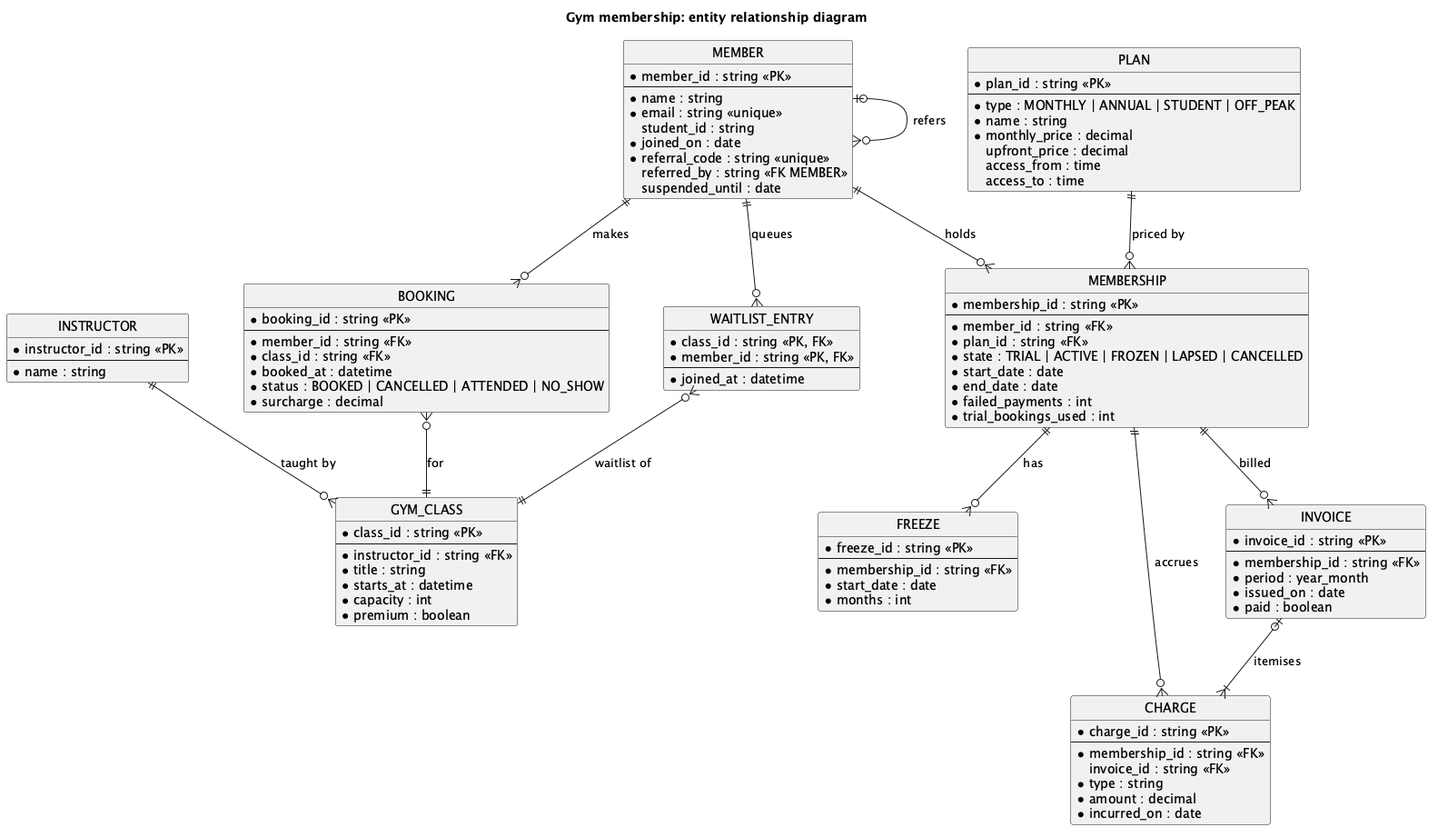
Before: docs/analysis/er-diagram.png, a diagram exported from PlantUML (CS6451-Advanced-Software-Design/Gym-Membership).
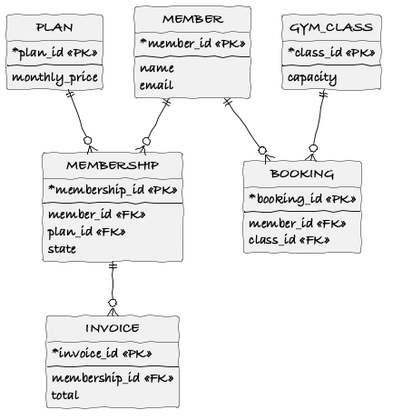
After the commit.

The edit, as a diff of the source:
```diff
@@ -1,114 +1,45 @@
 @startuml er-diagram
-title Gym membership: entity relationship diagram
-hide circle
-skinparam nodesep 60
-skinparam ranksep 60
+!include ../style.iuml
 
 entity MEMBER {
-  * member_id : string <<PK>>
+  * member_id <<PK>>
   --
-  * name : string
-  * email : string <<unique>>
-  student_id : string
-  * joined_on : date
-  * referral_code : string <<unique>>
-  referred_by : string <<FK MEMBER>>
-  suspended_until : date
+  name
+  email
+}
+entity PLAN {
+  * plan_id <<PK>>
+  --
+  monthly_price
+}
+entity MEMBERSHIP {
+  * membership_id <<PK>>
+  --
+  member_id <<FK>>
+  plan_id <<FK>>
+  state
+}
+entity GYM_CLASS {
+  * class_id <<PK>>
+  --
+  capacity
+}
+entity BOOKING {
+  * booking_id <<PK>>
+  --
+  member_id <<FK>>
+  class_id <<FK>>
+}
+entity INVOICE {
+  * invoice_id <<PK>>
+  --
+  membership_id <<FK>>
+  total
 }
 
-entity PLAN {
-  * plan_id : string <<PK>>
-  --
-  * type : MONTHLY | ANNUAL | STUDENT | OFF_PEAK
-  * name : string
-  * monthly_price : decimal
-  upfront_price : decimal
-  access_from : time
-  access_to : time
-}
-
-entity MEMBERSHIP {
-  * membership_id : string <<PK>>
-  --
-  * member_id : string <<FK>>
-  * plan_id : string <<FK>>
-  * state : TRIAL | ACTIVE | FROZEN | LAPSED | CANCELLED
-  * start_date : date
-  * end_date : date
-  * failed_payments : int
-  * trial_bookings_used : int
-}
-
-entity FREEZE {
-  * freeze_id : string <<PK>>
-  --
-  * membership_id : string <<FK>>
-  * start_date : date
-  * months : int
-}
-
-entity INSTRUCTOR {
-  * instructor_id : string <<PK>>
-  --
-  * name : string
-}
-
-entity GYM_CLASS {
-  * class_id : string <<PK>>
-  --
-  * instructor_id : string <<FK>>
-  * title : string
-  * starts_at : datetime
-  * capacity : int
-  * premium : boolean
-}
-
-entity BOOKING {
-  * booking_id : string <<PK>>
-  --
-  * member_id : string <<FK>>
-  * class_id : string <<FK>>
-  * booked_at : datetime
-  * status : BOOKED | CANCELLED | ATTENDED | NO_SHOW
-  * surcharge : decimal
-}
-
-entity WAITLIST_ENTRY {
-  * class_id : string <<PK, FK>>
-  * member_id : string <<PK, FK>>
-  --
-  * joined_at : datetime
-}
-
-entity CHARGE {
-  * charge_id : string <<PK>>
-  --
-  * membership_id : string <<FK>>
-  invoice_id : string <<FK>>
-  * type : string
-  * amount : decimal
-  * incurred_on : date
-}
-
-entity INVOICE {
-  * invoice_id : string <<PK>>
-  --
-  * membership_id : string <<FK>>
-  * period : year_month
-  * issued_on : date
-  * paid : boolean
-}
-
-MEMBER ||--o{ MEMBERSHIP : holds
-MEMBER |o--o{ MEMBER : refers
-PLAN ||--o{ MEMBERSHIP : "priced by"
-MEMBERSHIP ||--o{ FREEZE : has
-MEMBERSHIP ||--o{ CHARGE : accrues
-MEMBERSHIP ||--o{ INVOICE : billed
-INVOICE |o--|{ CHARGE : itemises
-GYM_CLASS }o-up-|| INSTRUCTOR : "taught by"
-MEMBER ||--o{ BOOKING : makes
-BOOKING }o--|| GYM_CLASS : for
-MEMBER ||--o{ WAITLIST_ENTRY : queues
-WAITLIST_ENTRY }o--|| GYM_CLASS : "waitlist of"
+MEMBER ||--o{ MEMBERSHIP
+PLAN ||--o{ MEMBERSHIP
+MEMBERSHIP ||--o{ INVOICE
+MEMBER ||--o{ BOOKING
+GYM_CLASS ||--o{ BOOKING
 @enduml
```
